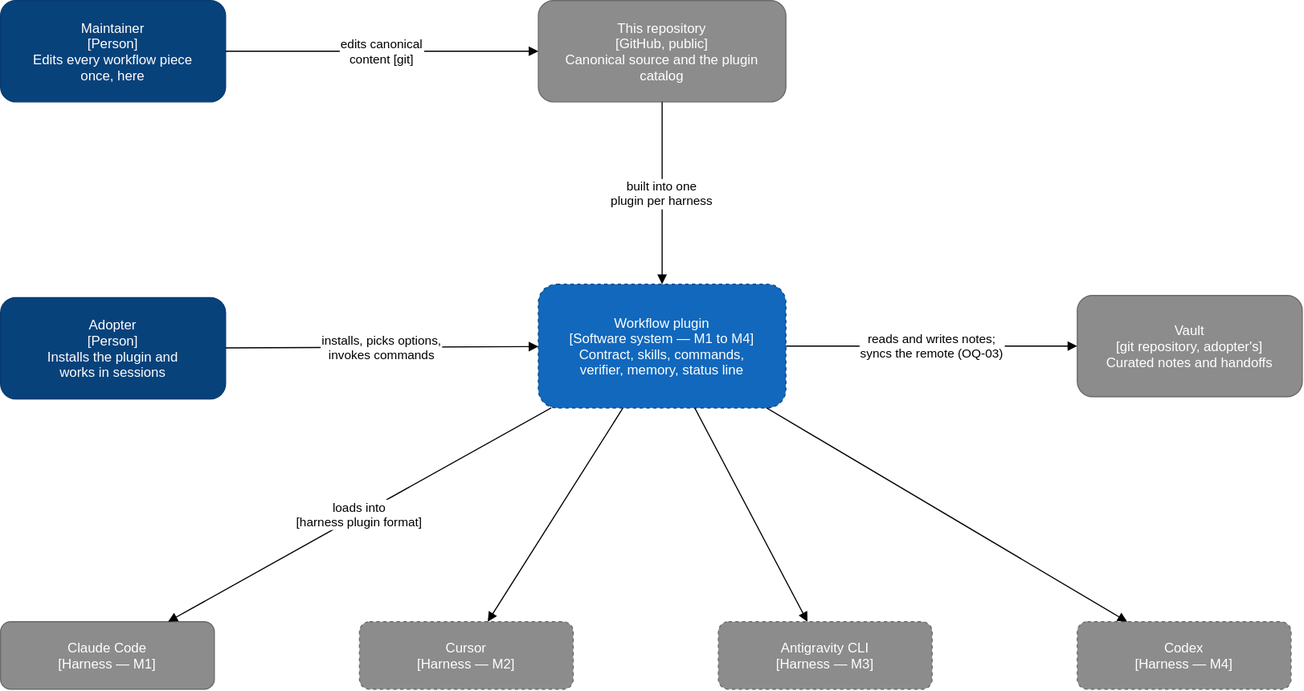
Earlier version of the draw.io export docs/architecture/diagrams/context.drawio.svg (ATNexusLab/tightship). Source tidied: cells renumbered, new cells last; positions are measured from the earlier drawing's top-left corner, leaving out a move shared by most shapes.
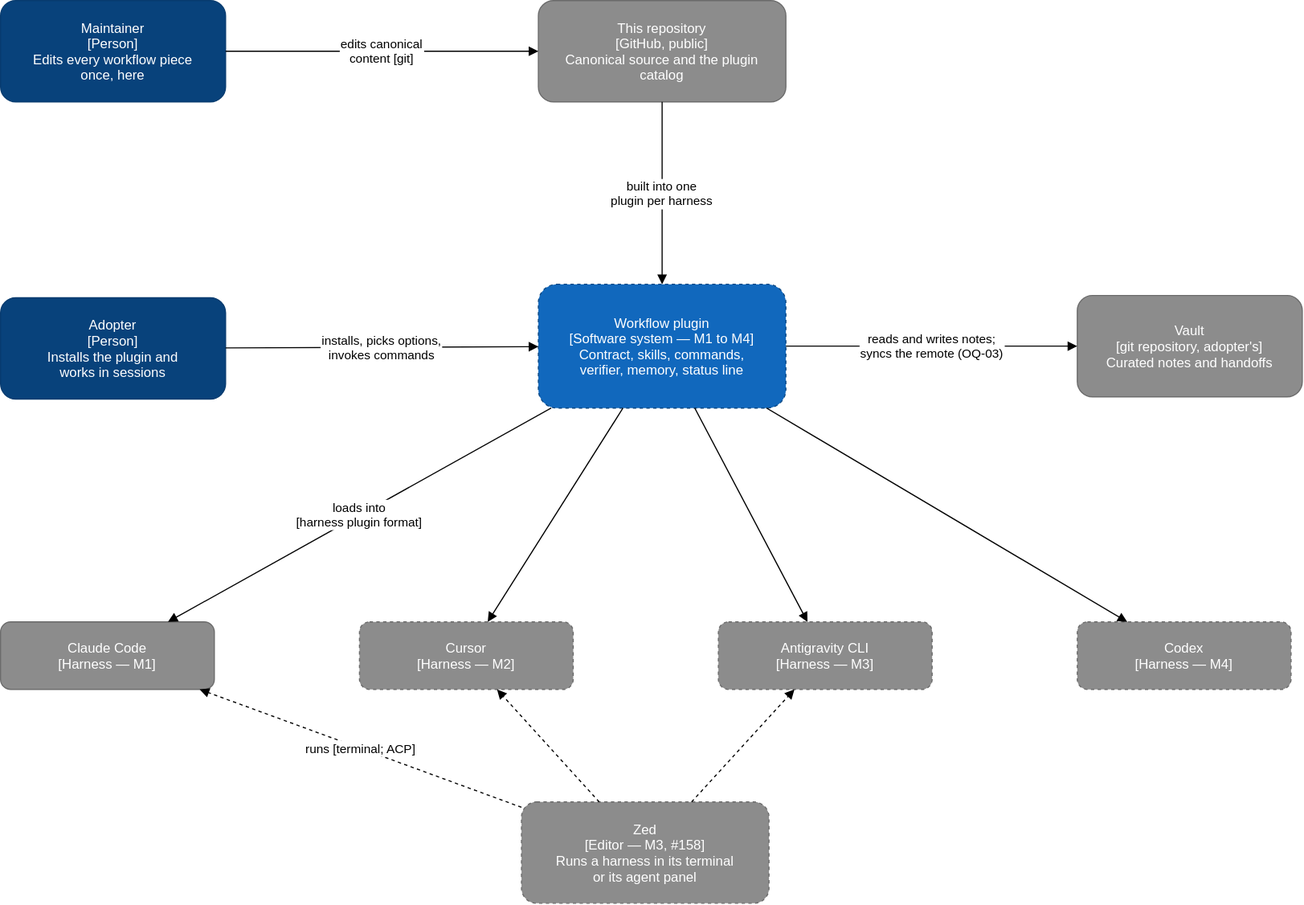
After the commit.

What changed in the source:
```diff
@@ -53,5 +53,17 @@
     <mxCell id="18" value="reads and writes notes;&#10;syncs the remote (OQ-03)" style="endArrow=block;endFill=1;html=0;fontSize=11;labelBackgroundColor=#ffffff;" parent="1" edge="1" source="5" target="10">
       <mxGeometry relative="1" as="geometry" />
     </mxCell>
+    <mxCell id="19" value="Zed&#10;[Editor — M3, #158]&#10;Runs a harness in its terminal&#10;or its agent panel" style="rounded=1;fillColor=#8c8c8c;fontColor=#ffffff;strokeColor=#6b6b6b;fontSize=12;dashed=1;html=0;" parent="1" vertex="1">
+      <mxGeometry x="463" y="712" width="220" height="90" as="geometry" />
+    </mxCell>
+    <mxCell id="20" value="runs [terminal; ACP]" style="endArrow=block;endFill=1;html=0;fontSize=11;labelBackgroundColor=#ffffff;dashed=1;" parent="1" edge="1" source="19" target="6">
+      <mxGeometry relative="1" as="geometry" />
+    </mxCell>
+    <mxCell id="21" style="endArrow=block;endFill=1;html=0;fontSize=11;labelBackgroundColor=#ffffff;dashed=1;" parent="1" edge="1" source="19" target="7">
+      <mxGeometry relative="1" as="geometry" />
+    </mxCell>
+    <mxCell id="22" style="endArrow=block;endFill=1;html=0;fontSize=11;labelBackgroundColor=#ffffff;dashed=1;" parent="1" edge="1" source="19" target="8">
+      <mxGeometry relative="1" as="geometry" />
+    </mxCell>
   </root>
 </mxGraphModel>
```
